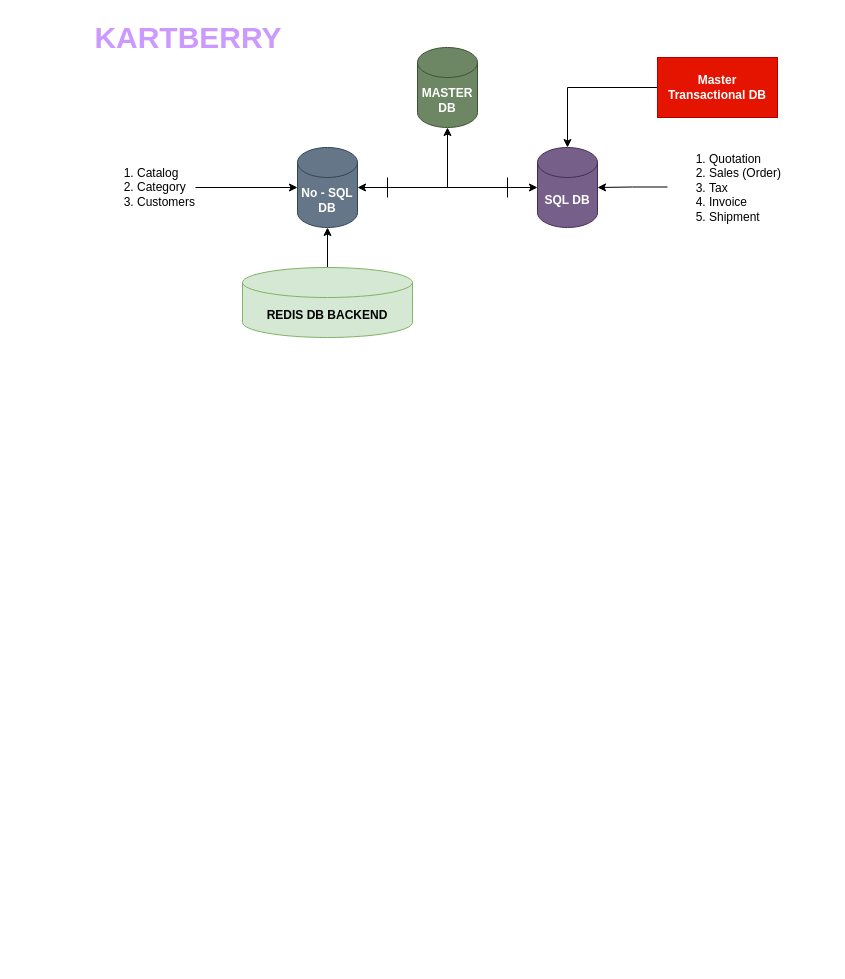
Above: ecommerce-custom.drawio in yatishpro/kartberry (draw.io), before the change. Source tidied: cells renumbered, new cells numbered last; positions are measured from the earlier drawing's top-left corner, leaving out a move shared by most shapes. Both pictures are drawn from the tidied source at 100%, with x=0, y=0 at pixel (68, 17).
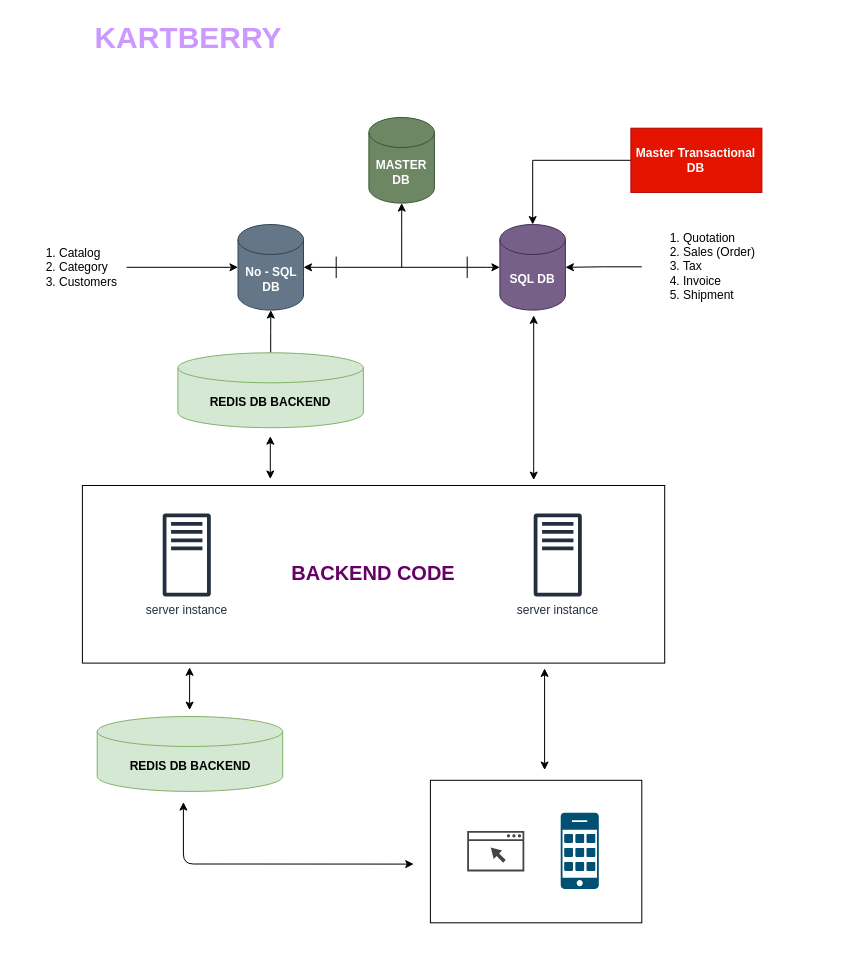
The same diagram, later.

What changed in the source:
```diff
@@
+    <mxCell id="15" value="&lt;font style=&quot;font-size: 30px&quot;&gt;&lt;b&gt;KARTBERRY&lt;/b&gt;&lt;/font&gt;" style="text;html=1;strokeColor=none;fillColor=none;align=center;verticalAlign=middle;whiteSpace=wrap;rounded=0;fontColor=#CC99FF;" parent="1" vertex="1">
+      <mxGeometry width="240" height="40" as="geometry" />
+    </mxCell>
+    <mxCell id="18" style="group;" parent="1" vertex="1">
+      <mxGeometry x="-51" y="100" width="800" height="800" as="geometry" />
+    </mxCell>
+    <mxCell id="19" value="&lt;font color=&quot;#660066&quot;&gt;&lt;sup&gt;&lt;font style=&quot;font-size: 20px&quot;&gt;&lt;b&gt;BACKEND CODE&lt;br&gt;&lt;/b&gt;&lt;/font&gt;&lt;/sup&gt;&lt;/font&gt;" style="rounded=0;whiteSpace=wrap;html=1;fontColor=#CC99FF;" parent="18" vertex="1">
+      <mxGeometry x="64.9" y="368" width="582.3" height="177.6" as="geometry" />
+    </mxCell>
-    <mxCell id="2" value="&lt;div&gt;No - SQL&lt;/div&gt;&lt;div&gt;DB&lt;/div&gt;" style="shape=cylinder3;whiteSpace=wrap;html=1;boundedLbl=1;backgroundOutline=1;size=15;fillColor=#647687;strokeColor=#314354;fontStyle=1;fontColor=#ffffff;" parent="1" vertex="1">
-      <mxGeometry x="229" y="130" width="60" height="80" as="geometry" />
+    <mxCell id="2" value="&lt;div&gt;No - SQL&lt;/div&gt;&lt;div&gt;DB&lt;/div&gt;" style="shape=cylinder3;whiteSpace=wrap;html=1;boundedLbl=1;backgroundOutline=1;size=15;fillColor=#647687;strokeColor=#314354;fontStyle=1;fontColor=#ffffff;" parent="18" vertex="1">
+      <mxGeometry x="220.5" y="107" width="65.5" height="85.6" as="geometry" />
     </mxCell>
-    <mxCell id="3" value="&lt;b&gt;SQL DB&lt;br&gt;&lt;/b&gt;" style="shape=cylinder3;whiteSpace=wrap;html=1;boundedLbl=1;backgroundOutline=1;size=15;fillColor=#76608a;strokeColor=#432D57;fontColor=#ffffff;" parent="1" vertex="1">
-      <mxGeometry x="469" y="130" width="60" height="80" as="geometry" />
+    <mxCell id="3" value="&lt;b&gt;SQL DB&lt;br&gt;&lt;/b&gt;" style="shape=cylinder3;whiteSpace=wrap;html=1;boundedLbl=1;backgroundOutline=1;size=15;fillColor=#76608a;strokeColor=#432D57;fontColor=#ffffff;" parent="18" vertex="1">
+      <mxGeometry x="482.4" y="107" width="65.5" height="85.6" as="geometry" />
     </mxCell>
-    <mxCell id="4" style="edgeStyle=orthogonalEdgeStyle;rounded=0;jettySize=auto;html=1;" parent="1" edge="1" source="5" target="3">
+    <mxCell id="4" style="edgeStyle=orthogonalEdgeStyle;rounded=0;jettySize=auto;html=1;" parent="18" edge="1" source="5" target="3">
       <mxGeometry relative="1" as="geometry" />
     </mxCell>
-    <mxCell id="5" value="&lt;b&gt;Master Transactional DB&lt;br&gt;&lt;/b&gt;" style="rounded=0;whiteSpace=wrap;html=1;fillColor=#e51400;strokeColor=#B20000;fontColor=#ffffff;" parent="1" vertex="1">
-      <mxGeometry x="589" y="40" width="120" height="60" as="geometry" />
+    <mxCell id="5" value="&lt;b&gt;Master Transactional DB&lt;br&gt;&lt;/b&gt;" style="rounded=0;whiteSpace=wrap;html=1;fillColor=#e51400;strokeColor=#B20000;fontColor=#ffffff;" parent="18" vertex="1">
+      <mxGeometry x="613.4" y="10.7" width="131" height="64.2" as="geometry" />
     </mxCell>
-    <mxCell id="6" value="&lt;div&gt;&lt;b&gt;MASTER&lt;/b&gt;&lt;/div&gt;&lt;div&gt;&lt;b&gt; DB&lt;/b&gt;&lt;/div&gt;" style="shape=cylinder3;whiteSpace=wrap;html=1;boundedLbl=1;backgroundOutline=1;size=15;fillColor=#6d8764;strokeColor=#3A5431;fontColor=#ffffff;" parent="1" vertex="1">
-      <mxGeometry x="349" y="30" width="60" height="80" as="geometry" />
+    <mxCell id="6" value="&lt;div&gt;&lt;b&gt;MASTER&lt;/b&gt;&lt;/div&gt;&lt;div&gt;&lt;b&gt; DB&lt;/b&gt;&lt;/div&gt;" style="shape=cylinder3;whiteSpace=wrap;html=1;boundedLbl=1;backgroundOutline=1;size=15;fillColor=#6d8764;strokeColor=#3A5431;fontColor=#ffffff;" parent="18" vertex="1">
+      <mxGeometry x="351.4" width="65.5" height="85.6" as="geometry" />
     </mxCell>
-    <mxCell id="7" style="edgeStyle=orthogonalEdgeStyle;rounded=0;jettySize=auto;html=1;" parent="1" edge="1" source="10" target="3">
+    <mxCell id="7" style="edgeStyle=orthogonalEdgeStyle;rounded=0;jettySize=auto;html=1;" parent="18" edge="1" source="10" target="3">
       <mxGeometry relative="1" as="geometry" />
     </mxCell>
-    <mxCell id="8" style="edgeStyle=orthogonalEdgeStyle;rounded=0;jettySize=auto;html=1;" parent="1" edge="1" source="10" target="2">
+    <mxCell id="8" style="edgeStyle=orthogonalEdgeStyle;rounded=0;jettySize=auto;html=1;" parent="18" edge="1" source="10" target="2">
       <mxGeometry relative="1" as="geometry" />
     </mxCell>
-    <mxCell id="9" style="edgeStyle=orthogonalEdgeStyle;rounded=0;jettySize=auto;html=1;exitX=0.5;exitY=0.5;exitDx=0;exitDy=0;exitPerimeter=0;" parent="1" edge="1" source="10" target="6">
+    <mxCell id="9" style="edgeStyle=orthogonalEdgeStyle;rounded=0;jettySize=auto;html=1;exitX=0.5;exitY=0.5;exitDx=0;exitDy=0;exitPerimeter=0;" parent="18" edge="1" source="10" target="6">
       <mxGeometry relative="1" as="geometry" />
     </mxCell>
-    <mxCell id="10" style="shape=crossbar;whiteSpace=wrap;html=1;rounded=1;" parent="1" vertex="1">
-      <mxGeometry x="319" y="160" width="120" height="20" as="geometry" />
+    <mxCell id="10" style="shape=crossbar;whiteSpace=wrap;html=1;rounded=1;" parent="18" vertex="1">
+      <mxGeometry x="318.7" y="139.1" width="131" height="21.4" as="geometry" />
     </mxCell>
-    <mxCell id="11" style="edgeStyle=orthogonalEdgeStyle;rounded=0;jettySize=auto;html=1;" parent="1" edge="1" source="12" target="2">
+    <mxCell id="11" style="edgeStyle=orthogonalEdgeStyle;rounded=0;jettySize=auto;html=1;" parent="18" edge="1" source="12" target="2">
       <mxGeometry relative="1" as="geometry" />
     </mxCell>
-    <mxCell id="12" value="&lt;ol&gt;&lt;li&gt;Catalog&lt;/li&gt;&lt;li&gt;Category&lt;/li&gt;&lt;li&gt;Customers&lt;/li&gt;&lt;/ol&gt;" style="text;strokeColor=none;fillColor=none;html=1;whiteSpace=wrap;verticalAlign=middle;overflow=hidden;" parent="1" vertex="1">
-      <mxGeometry x="27" y="130" width="100" height="80" as="geometry" />
+    <mxCell id="12" value="&lt;ol&gt;&lt;li&gt;Catalog&lt;/li&gt;&lt;li&gt;Category&lt;/li&gt;&lt;li&gt;Customers&lt;/li&gt;&lt;/ol&gt;" style="text;strokeColor=none;fillColor=none;html=1;whiteSpace=wrap;verticalAlign=middle;overflow=hidden;" parent="18" vertex="1">
+      <mxGeometry y="107" width="109.1" height="85.6" as="geometry" />
     </mxCell>
-    <mxCell id="13" style="edgeStyle=orthogonalEdgeStyle;rounded=0;jettySize=auto;html=1;" parent="1" edge="1" source="14" target="3">
+    <mxCell id="13" style="edgeStyle=orthogonalEdgeStyle;rounded=0;jettySize=auto;html=1;" parent="18" edge="1" source="14" target="3">
       <mxGeometry relative="1" as="geometry" />
     </mxCell>
-    <mxCell id="14" value="&lt;ol&gt;&lt;li&gt;Quotation&lt;br&gt;&lt;/li&gt;&lt;li&gt;Sales (Order)&lt;br&gt;&lt;/li&gt;&lt;li&gt;Tax&lt;/li&gt;&lt;li&gt;Invoice&lt;/li&gt;&lt;li&gt;Shipment&lt;/li&gt;&lt;/ol&gt;" style="text;strokeColor=none;fillColor=none;html=1;whiteSpace=wrap;verticalAlign=middle;overflow=hidden;" parent="1" vertex="1">
-      <mxGeometry x="599" y="120" width="161" height="99" as="geometry" />
+    <mxCell id="14" value="&lt;ol&gt;&lt;li&gt;Quotation&lt;br&gt;&lt;/li&gt;&lt;li&gt;Sales (Order)&lt;br&gt;&lt;/li&gt;&lt;li&gt;Tax&lt;/li&gt;&lt;li&gt;Invoice&lt;/li&gt;&lt;li&gt;Shipment&lt;/li&gt;&lt;/ol&gt;" style="text;strokeColor=none;fillColor=none;html=1;whiteSpace=wrap;verticalAlign=middle;overflow=hidden;" parent="18" vertex="1">
+      <mxGeometry x="624.3" y="96.3" width="175.7" height="105.9" as="geometry" />
     </mxCell>
-    <mxCell id="15" value="&lt;font style=&quot;font-size: 30px&quot;&gt;&lt;b&gt;KARTBERRY&lt;/b&gt;&lt;/font&gt;" style="text;html=1;strokeColor=none;fillColor=none;align=center;verticalAlign=middle;whiteSpace=wrap;rounded=0;fontColor=#CC99FF;" parent="1" vertex="1">
-      <mxGeometry width="240" height="40" as="geometry" />
-    </mxCell>
-    <mxCell id="16" style="edgeStyle=orthogonalEdgeStyle;rounded=0;jettySize=auto;html=1;fontColor=#CC99FF;" parent="1" edge="1" source="17" target="2">
+    <mxCell id="16" style="edgeStyle=orthogonalEdgeStyle;rounded=0;jettySize=auto;html=1;fontColor=#CC99FF;" parent="18" edge="1" source="17" target="2">
       <mxGeometry relative="1" as="geometry" />
     </mxCell>
-    <mxCell id="17" value="&lt;div&gt;REDIS DB BACKEND&lt;br&gt;&lt;/div&gt;" style="shape=cylinder3;whiteSpace=wrap;html=1;boundedLbl=1;backgroundOutline=1;size=15;fillColor=#d5e8d4;strokeColor=#82b366;fontStyle=1;" parent="1" vertex="1">
-      <mxGeometry x="174" y="250" width="170" height="70" as="geometry" />
+    <mxCell id="17" value="&lt;div&gt;REDIS DB BACKEND&lt;br&gt;&lt;/div&gt;" style="shape=cylinder3;whiteSpace=wrap;html=1;boundedLbl=1;backgroundOutline=1;size=15;fillColor=#d5e8d4;strokeColor=#82b366;fontStyle=1;" parent="18" vertex="1">
+      <mxGeometry x="160.4" y="235.3" width="185.5" height="74.9" as="geometry" />
     </mxCell>
+    <mxCell id="20" value="&lt;div&gt;server instance&lt;/div&gt;" style="fontColor=#232F3E;gradientColor=none;fillColor=#232F3E;strokeColor=none;dashed=0;verticalLabelPosition=bottom;verticalAlign=top;align=center;html=1;fontSize=12;fontStyle=0;shape=mxgraph.aws4.traditional_server;" parent="18" vertex="1">
+      <mxGeometry x="145.2" y="395.8" width="48.1" height="83.4" as="geometry" />
+    </mxCell>
+    <mxCell id="21" value="&lt;div&gt;server instance&lt;br&gt;&lt;/div&gt;" style="fontColor=#232F3E;gradientColor=none;fillColor=#232F3E;strokeColor=none;dashed=0;verticalLabelPosition=bottom;verticalAlign=top;align=center;html=1;fontSize=12;fontStyle=0;shape=mxgraph.aws4.traditional_server;" parent="18" vertex="1">
+      <mxGeometry x="516.2" y="395.8" width="48.1" height="83.4" as="geometry" />
+    </mxCell>
+    <mxCell id="22" value="&lt;div&gt;REDIS DB BACKEND&lt;br&gt;&lt;/div&gt;" style="shape=cylinder3;whiteSpace=wrap;html=1;boundedLbl=1;backgroundOutline=1;size=15;fillColor=#d5e8d4;strokeColor=#82b366;fontStyle=1;" parent="18" vertex="1">
+      <mxGeometry x="79.7" y="599" width="185.5" height="74.9" as="geometry" />
+    </mxCell>
+    <mxCell id="23" style="endArrow=classic;startArrow=classic;html=1;fontColor=#CC99FF;startSize=6;endSize=6;" parent="18" edge="1">
+      <mxGeometry relative="1" as="geometry">
+        <mxPoint x="252.8" y="361.5" as="sourcePoint" />
+        <mxPoint x="252.8" y="318.7" as="targetPoint" />
+      </mxGeometry>
+    </mxCell>
+    <mxCell id="24" style="endArrow=classic;startArrow=classic;html=1;fontColor=#CC99FF;startSize=6;endSize=6;" parent="18" edge="1">
+      <mxGeometry relative="1" as="geometry">
+        <mxPoint x="516.2" y="362.6" as="sourcePoint" />
+        <mxPoint x="516.2" y="197.9" as="targetPoint" />
+      </mxGeometry>
+    </mxCell>
+    <mxCell id="25" style="endArrow=classic;startArrow=classic;html=1;fontColor=#CC99FF;startSize=6;endSize=6;" parent="18" edge="1">
+      <mxGeometry relative="1" as="geometry">
+        <mxPoint x="172.1" y="592.6" as="sourcePoint" />
+        <mxPoint x="172.1" y="549.8" as="targetPoint" />
+      </mxGeometry>
+    </mxCell>
+    <mxCell id="26" style="group;" parent="18" vertex="1">
+      <mxGeometry x="407.1" y="641.8" width="229.2" height="158.2" as="geometry" />
+    </mxCell>
+    <mxCell id="27" style="group;" parent="26" vertex="1">
+      <mxGeometry x="42.6" y="53.5" width="207.4" height="149.7" as="geometry" />
+    </mxCell>
+    <mxCell id="28" style="group;" parent="27" vertex="1">
+      <mxGeometry width="174.6" height="128.4" as="geometry" />
+    </mxCell>
+    <mxCell id="29" style="rounded=0;whiteSpace=wrap;html=1;fontColor=#CC99FF;" parent="28" vertex="1">
+      <mxGeometry x="-36.8" y="-32.5" width="211.4" height="142.5" as="geometry" />
+    </mxCell>
+    <mxCell id="30" style="shadow=0;dashed=0;html=1;strokeColor=none;fillColor=#434445;labelPosition=center;verticalLabelPosition=bottom;verticalAlign=top;align=center;shape=mxgraph.vvd.web_browser;fontColor=#CC99FF;" parent="28" vertex="1">
+      <mxGeometry y="18.1" width="57.1" height="40.5" as="geometry" />
+    </mxCell>
+    <mxCell id="31" style="verticalLabelPosition=bottom;html=1;verticalAlign=top;align=center;shape=mxgraph.cisco19.cell_phone;fillColor=#005073;strokeColor=none;fontColor=#CC99FF;" parent="28" vertex="1">
+      <mxGeometry x="93.5" width="38.1" height="76.1" as="geometry" />
+    </mxCell>
+    <mxCell id="32" style="endArrow=classic;startArrow=classic;html=1;fontColor=#CC99FF;startSize=6;endSize=6;" parent="18" edge="1">
+      <mxGeometry relative="1" as="geometry">
+        <mxPoint x="527.1" y="652.5" as="sourcePoint" />
+        <mxPoint x="527.1" y="550.9" as="targetPoint" />
+      </mxGeometry>
+    </mxCell>
+    <mxCell id="33" style="endArrow=classic;startArrow=classic;html=1;fontColor=#CC99FF;startSize=6;endSize=6;" parent="18" edge="1">
+      <mxGeometry relative="1" as="geometry">
+        <mxPoint x="165.9" y="684.6" as="sourcePoint" />
+        <mxPoint x="396.2" y="746.6" as="targetPoint" />
+        <Array as="points">
+          <mxPoint x="165.9" y="746.5" />
+        </Array>
+      </mxGeometry>
+    </mxCell>
```
